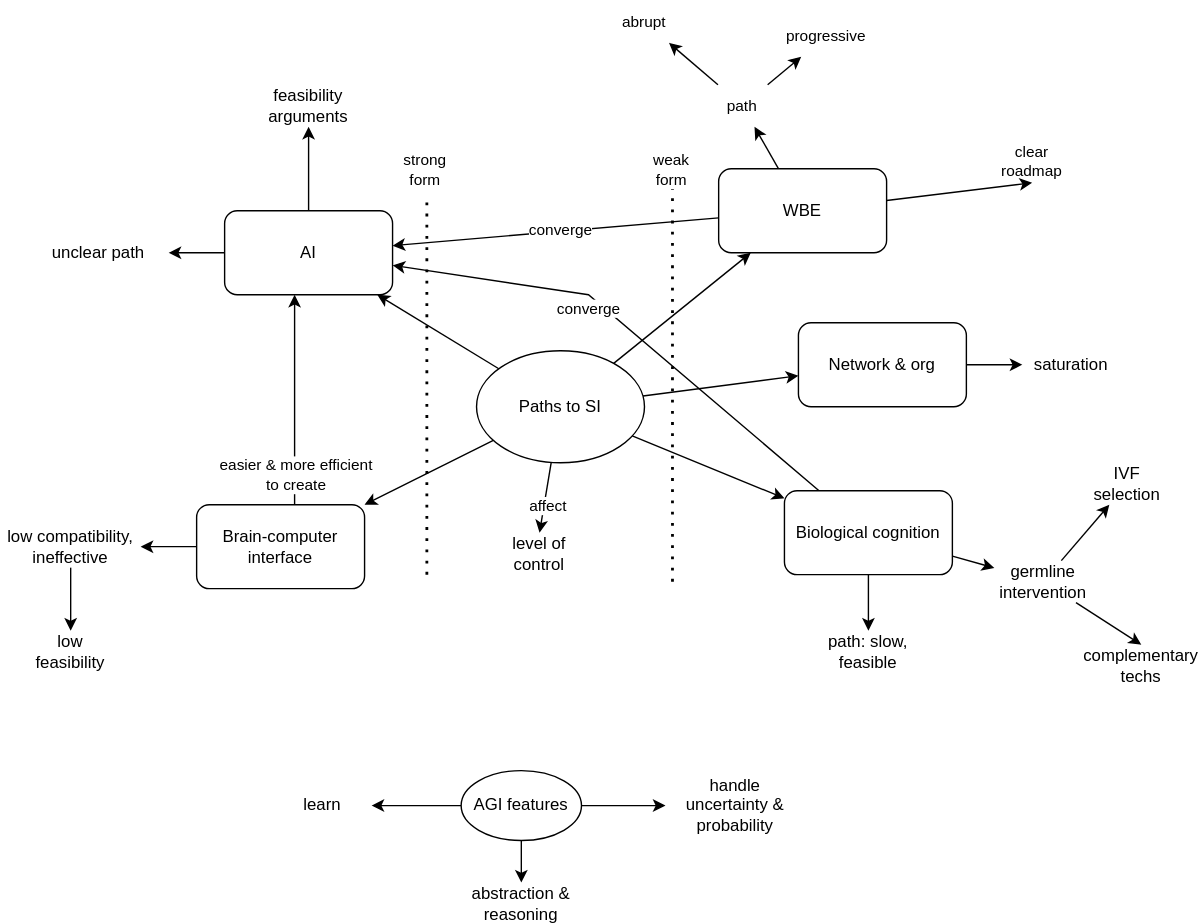
Before: philosophy/superintelligence/resources/2.drawio.svg, a diagram exported from draw.io (hungcq/knowledge-repo). Source tidied: cells renumbered, new cells last; positions are measured from the earlier drawing's top-left corner, leaving out a move shared by most shapes. The source it was exported from:
```xml
<mxGraphModel>
  <root>
    <mxCell id="0" />
    <mxCell id="1" parent="0" />
    <mxCell id="2" style="rounded=0;jettySize=auto;html=1;" parent="1" edge="1" source="9" target="26">
      <mxGeometry relative="1" as="geometry" />
    </mxCell>
    <mxCell id="3" style="rounded=0;jettySize=auto;html=1;" parent="1" edge="1" source="9" target="14">
      <mxGeometry relative="1" as="geometry" />
    </mxCell>
    <mxCell id="4" style="rounded=0;jettySize=auto;html=1;" parent="1" edge="1" source="9" target="19">
      <mxGeometry relative="1" as="geometry" />
    </mxCell>
    <mxCell id="5" style="rounded=0;jettySize=auto;html=1;" parent="1" edge="1" source="9" target="25">
      <mxGeometry relative="1" as="geometry" />
    </mxCell>
    <mxCell id="6" style="rounded=0;jettySize=auto;html=1;" parent="1" edge="1" source="9" target="23">
      <mxGeometry relative="1" as="geometry" />
    </mxCell>
    <mxCell id="7" style="rounded=0;jettySize=auto;html=1;entryX=0.5;entryY=0;entryDx=0;entryDy=0;" parent="1" edge="1" source="9" target="40">
      <mxGeometry relative="1" as="geometry" />
    </mxCell>
    <mxCell id="8" value="affect" style="edgeLabel;html=1;align=center;verticalAlign=middle;" parent="7" vertex="1">
      <mxGeometry x="0.23" y="2" relative="1" as="geometry" />
    </mxCell>
    <mxCell id="9" value="Paths to SI" style="ellipse;whiteSpace=wrap;html=1;" parent="1" vertex="1">
      <mxGeometry x="340" y="250" width="120" height="80" as="geometry" />
    </mxCell>
    <mxCell id="10" style="edgeStyle=orthogonalEdgeStyle;rounded=0;jettySize=auto;html=1;startArrow=classic;startFill=1;endArrow=none;endFill=0;" parent="1" edge="1" source="14" target="26">
      <mxGeometry relative="1" as="geometry">
        <Array as="points">
          <mxPoint x="210" y="280" />
          <mxPoint x="210" y="280" />
        </Array>
      </mxGeometry>
    </mxCell>
    <mxCell id="11" value="easier &amp;amp; more efficient&lt;br&gt;to create" style="edgeLabel;html=1;align=center;verticalAlign=middle;" parent="10" vertex="1">
      <mxGeometry x="0.02" y="1" relative="1" as="geometry">
        <mxPoint x="-1" y="52" as="offset" />
      </mxGeometry>
    </mxCell>
    <mxCell id="12" style="edgeStyle=orthogonalEdgeStyle;rounded=0;jettySize=auto;html=1;" parent="1" edge="1" source="14" target="39">
      <mxGeometry relative="1" as="geometry" />
    </mxCell>
    <mxCell id="13" style="edgeStyle=orthogonalEdgeStyle;rounded=0;jettySize=auto;html=1;" parent="1" edge="1" source="14" target="38">
      <mxGeometry relative="1" as="geometry" />
    </mxCell>
    <mxCell id="14" value="AI" style="rounded=1;whiteSpace=wrap;html=1;" parent="1" vertex="1">
      <mxGeometry x="160" y="150" width="120" height="60" as="geometry" />
    </mxCell>
    <mxCell id="15" style="edgeStyle=none;shape=connector;rounded=0;jettySize=auto;html=1;labelBackgroundColor=default;strokeColor=default;align=center;verticalAlign=middle;fontFamily=Helvetica;fontSize=11;fontColor=default;endArrow=classic;" parent="1" edge="1" source="19" target="47">
      <mxGeometry relative="1" as="geometry" />
    </mxCell>
    <mxCell id="16" style="edgeStyle=none;shape=connector;rounded=0;jettySize=auto;html=1;entryX=0.5;entryY=1;entryDx=0;entryDy=0;labelBackgroundColor=default;strokeColor=default;align=center;verticalAlign=middle;fontFamily=Helvetica;fontSize=11;fontColor=default;endArrow=classic;" parent="1" edge="1" source="19" target="50">
      <mxGeometry relative="1" as="geometry" />
    </mxCell>
    <mxCell id="17" style="edgeStyle=none;shape=connector;rounded=0;jettySize=auto;html=1;labelBackgroundColor=default;strokeColor=default;align=center;verticalAlign=middle;fontFamily=Helvetica;fontSize=11;fontColor=default;endArrow=classic;" parent="1" edge="1" source="19" target="14">
      <mxGeometry relative="1" as="geometry" />
    </mxCell>
    <mxCell id="18" value="converge" style="edgeLabel;html=1;align=center;verticalAlign=middle;fontSize=11;fontFamily=Helvetica;fontColor=default;" parent="17" vertex="1">
      <mxGeometry x="-0.02" y="-1" relative="1" as="geometry" />
    </mxCell>
    <mxCell id="19" value="WBE" style="rounded=1;whiteSpace=wrap;html=1;" parent="1" vertex="1">
      <mxGeometry x="513" y="120" width="120" height="60" as="geometry" />
    </mxCell>
    <mxCell id="20" style="edgeStyle=none;shape=connector;rounded=0;jettySize=auto;html=1;labelBackgroundColor=default;strokeColor=default;align=center;verticalAlign=middle;fontFamily=Helvetica;fontSize=11;fontColor=default;endArrow=classic;" parent="1" edge="1" source="23" target="51">
      <mxGeometry relative="1" as="geometry" />
    </mxCell>
    <mxCell id="21" style="edgeStyle=none;shape=connector;rounded=0;jettySize=auto;html=1;labelBackgroundColor=default;strokeColor=default;align=center;verticalAlign=middle;fontFamily=Helvetica;fontSize=11;fontColor=default;endArrow=classic;" parent="1" edge="1" source="23" target="54">
      <mxGeometry relative="1" as="geometry" />
    </mxCell>
    <mxCell id="22" value="converge" style="edgeStyle=none;shape=connector;rounded=0;jettySize=auto;html=1;labelBackgroundColor=default;strokeColor=default;align=center;verticalAlign=middle;fontFamily=Helvetica;fontSize=11;fontColor=default;endArrow=classic;" parent="1" edge="1" source="23" target="14">
      <mxGeometry x="0.17" y="8" relative="1" as="geometry">
        <Array as="points">
          <mxPoint x="420" y="210" />
        </Array>
      </mxGeometry>
    </mxCell>
    <mxCell id="23" value="Biological cognition" style="rounded=1;whiteSpace=wrap;html=1;" parent="1" vertex="1">
      <mxGeometry x="560" y="350" width="120" height="60" as="geometry" />
    </mxCell>
    <mxCell id="24" style="edgeStyle=none;shape=connector;rounded=0;jettySize=auto;html=1;labelBackgroundColor=default;strokeColor=default;align=center;verticalAlign=middle;fontFamily=Helvetica;fontSize=11;fontColor=default;endArrow=classic;" parent="1" edge="1" source="25" target="57">
      <mxGeometry relative="1" as="geometry" />
    </mxCell>
    <mxCell id="25" value="Network &amp;amp; org" style="rounded=1;whiteSpace=wrap;html=1;" parent="1" vertex="1">
      <mxGeometry x="570" y="230" width="120" height="60" as="geometry" />
    </mxCell>
    <mxCell id="26" value="Brain-computer interface" style="rounded=1;whiteSpace=wrap;html=1;" parent="1" vertex="1">
      <mxGeometry x="140" y="360" width="120" height="60" as="geometry" />
    </mxCell>
    <mxCell id="27" style="edgeStyle=orthogonalEdgeStyle;rounded=0;jettySize=auto;html=1;" parent="1" edge="1" source="28" target="29">
      <mxGeometry relative="1" as="geometry" />
    </mxCell>
    <mxCell id="28" value="low compatibility, ineffective" style="text;html=1;strokeColor=none;fillColor=none;align=center;verticalAlign=middle;whiteSpace=wrap;rounded=0;" parent="1" vertex="1">
      <mxGeometry y="375" width="100" height="30" as="geometry" />
    </mxCell>
    <mxCell id="29" value="low feasibility" style="text;html=1;strokeColor=none;fillColor=none;align=center;verticalAlign=middle;whiteSpace=wrap;rounded=0;" parent="1" vertex="1">
      <mxGeometry x="20" y="450" width="60" height="30" as="geometry" />
    </mxCell>
    <mxCell id="30" style="rounded=0;jettySize=auto;html=1;entryX=1;entryY=0.5;entryDx=0;entryDy=0;" parent="1" edge="1" source="26" target="28">
      <mxGeometry relative="1" as="geometry" />
    </mxCell>
    <mxCell id="31" style="rounded=0;jettySize=auto;html=1;" parent="1" edge="1" source="34" target="36">
      <mxGeometry relative="1" as="geometry" />
    </mxCell>
    <mxCell id="32" style="rounded=0;jettySize=auto;html=1;" parent="1" edge="1" source="34" target="35">
      <mxGeometry relative="1" as="geometry" />
    </mxCell>
    <mxCell id="33" style="rounded=0;jettySize=auto;html=1;" parent="1" edge="1" source="34" target="37">
      <mxGeometry relative="1" as="geometry" />
    </mxCell>
    <mxCell id="34" value="AGI features" style="ellipse;whiteSpace=wrap;html=1;" parent="1" vertex="1">
      <mxGeometry x="329" y="550" width="86" height="50" as="geometry" />
    </mxCell>
    <mxCell id="35" value="learn" style="text;html=1;strokeColor=none;fillColor=none;align=center;verticalAlign=middle;whiteSpace=wrap;rounded=0;" parent="1" vertex="1">
      <mxGeometry x="195" y="560" width="70" height="30" as="geometry" />
    </mxCell>
    <mxCell id="36" value="abstraction &amp;amp; reasoning" style="text;html=1;strokeColor=none;fillColor=none;align=center;verticalAlign=middle;whiteSpace=wrap;rounded=0;" parent="1" vertex="1">
      <mxGeometry x="322" y="630" width="100" height="30" as="geometry" />
    </mxCell>
    <mxCell id="37" value="handle uncertainty &amp;amp; probability" style="text;html=1;strokeColor=none;fillColor=none;align=center;verticalAlign=middle;whiteSpace=wrap;rounded=0;" parent="1" vertex="1">
      <mxGeometry x="475" y="555" width="100" height="40" as="geometry" />
    </mxCell>
    <mxCell id="38" value="feasibility arguments" style="text;html=1;strokeColor=none;fillColor=none;align=center;verticalAlign=middle;whiteSpace=wrap;rounded=0;" parent="1" vertex="1">
      <mxGeometry x="170" y="60" width="100" height="30" as="geometry" />
    </mxCell>
    <mxCell id="39" value="unclear path" style="text;html=1;strokeColor=none;fillColor=none;align=center;verticalAlign=middle;whiteSpace=wrap;rounded=0;" parent="1" vertex="1">
      <mxGeometry x="20" y="165" width="100" height="30" as="geometry" />
    </mxCell>
    <mxCell id="40" value="level of control" style="text;html=1;strokeColor=none;fillColor=none;align=center;verticalAlign=middle;whiteSpace=wrap;rounded=0;" parent="1" vertex="1">
      <mxGeometry x="350" y="380" width="70" height="30" as="geometry" />
    </mxCell>
    <mxCell id="41" style="endArrow=none;dashed=1;html=1;dashPattern=1 3;strokeWidth=2;rounded=0;" parent="1" edge="1">
      <mxGeometry relative="1" as="geometry">
        <mxPoint x="480" y="415" as="sourcePoint" />
        <mxPoint x="480" y="105" as="targetPoint" />
      </mxGeometry>
    </mxCell>
    <mxCell id="42" value="weak&lt;br&gt;form" style="edgeLabel;html=1;align=center;verticalAlign=middle;" parent="41" vertex="1">
      <mxGeometry x="0.17" y="2" relative="1" as="geometry">
        <mxPoint y="-114" as="offset" />
      </mxGeometry>
    </mxCell>
    <mxCell id="43" style="endArrow=none;dashed=1;html=1;dashPattern=1 3;strokeWidth=2;rounded=0;" parent="1" edge="1">
      <mxGeometry relative="1" as="geometry">
        <mxPoint x="304.5" y="410" as="sourcePoint" />
        <mxPoint x="304.5" y="140" as="targetPoint" />
      </mxGeometry>
    </mxCell>
    <mxCell id="44" value="strong&lt;br&gt;form" style="edgeLabel;html=1;align=center;verticalAlign=middle;" parent="43" vertex="1">
      <mxGeometry x="0.17" y="2" relative="1" as="geometry">
        <mxPoint y="-132" as="offset" />
      </mxGeometry>
    </mxCell>
    <mxCell id="45" style="edgeStyle=none;shape=connector;rounded=0;jettySize=auto;html=1;labelBackgroundColor=default;strokeColor=default;align=center;verticalAlign=middle;fontFamily=Helvetica;fontSize=11;fontColor=default;endArrow=classic;" parent="1" edge="1" source="47" target="48">
      <mxGeometry relative="1" as="geometry" />
    </mxCell>
    <mxCell id="46" style="edgeStyle=none;shape=connector;rounded=0;jettySize=auto;html=1;labelBackgroundColor=default;strokeColor=default;align=center;verticalAlign=middle;fontFamily=Helvetica;fontSize=11;fontColor=default;endArrow=classic;" parent="1" edge="1" source="47" target="49">
      <mxGeometry relative="1" as="geometry" />
    </mxCell>
    <mxCell id="47" value="path" style="text;html=1;strokeColor=none;fillColor=none;align=center;verticalAlign=middle;whiteSpace=wrap;rounded=0;fontSize=11;fontFamily=Helvetica;fontColor=default;" parent="1" vertex="1">
      <mxGeometry x="497" y="60" width="66" height="30" as="geometry" />
    </mxCell>
    <mxCell id="48" value="abrupt" style="text;html=1;strokeColor=none;fillColor=none;align=center;verticalAlign=middle;whiteSpace=wrap;rounded=0;fontSize=11;fontFamily=Helvetica;fontColor=default;" parent="1" vertex="1">
      <mxGeometry x="430" width="60" height="30" as="geometry" />
    </mxCell>
    <mxCell id="49" value="progressive" style="text;html=1;strokeColor=none;fillColor=none;align=center;verticalAlign=middle;whiteSpace=wrap;rounded=0;fontSize=11;fontFamily=Helvetica;fontColor=default;" parent="1" vertex="1">
      <mxGeometry x="560" y="10" width="60" height="30" as="geometry" />
    </mxCell>
    <mxCell id="50" value="clear roadmap" style="text;html=1;strokeColor=none;fillColor=none;align=center;verticalAlign=middle;whiteSpace=wrap;rounded=0;fontSize=11;fontFamily=Helvetica;fontColor=default;" parent="1" vertex="1">
      <mxGeometry x="704" y="100" width="66" height="30" as="geometry" />
    </mxCell>
    <mxCell id="51" value="path: slow, feasible" style="text;html=1;strokeColor=none;fillColor=none;align=center;verticalAlign=middle;whiteSpace=wrap;rounded=0;" parent="1" vertex="1">
      <mxGeometry x="585" y="450" width="70" height="30" as="geometry" />
    </mxCell>
    <mxCell id="52" style="edgeStyle=none;shape=connector;rounded=0;jettySize=auto;html=1;entryX=0.5;entryY=0;entryDx=0;entryDy=0;labelBackgroundColor=default;strokeColor=default;align=center;verticalAlign=middle;fontFamily=Helvetica;fontSize=11;fontColor=default;endArrow=classic;" parent="1" edge="1" source="54" target="56">
      <mxGeometry relative="1" as="geometry" />
    </mxCell>
    <mxCell id="53" style="edgeStyle=none;shape=connector;rounded=0;jettySize=auto;html=1;labelBackgroundColor=default;strokeColor=default;align=center;verticalAlign=middle;fontFamily=Helvetica;fontSize=11;fontColor=default;endArrow=classic;" parent="1" edge="1" source="54" target="55">
      <mxGeometry relative="1" as="geometry" />
    </mxCell>
    <mxCell id="54" value="germline intervention" style="text;html=1;strokeColor=none;fillColor=none;align=center;verticalAlign=middle;whiteSpace=wrap;rounded=0;" parent="1" vertex="1">
      <mxGeometry x="710" y="400" width="70" height="30" as="geometry" />
    </mxCell>
    <mxCell id="55" value="IVF selection" style="text;html=1;strokeColor=none;fillColor=none;align=center;verticalAlign=middle;whiteSpace=wrap;rounded=0;" parent="1" vertex="1">
      <mxGeometry x="770" y="330" width="70" height="30" as="geometry" />
    </mxCell>
    <mxCell id="56" value="complementary techs" style="text;html=1;strokeColor=none;fillColor=none;align=center;verticalAlign=middle;whiteSpace=wrap;rounded=0;" parent="1" vertex="1">
      <mxGeometry x="780" y="460" width="70" height="30" as="geometry" />
    </mxCell>
    <mxCell id="57" value="saturation" style="text;html=1;strokeColor=none;fillColor=none;align=center;verticalAlign=middle;whiteSpace=wrap;rounded=0;" parent="1" vertex="1">
      <mxGeometry x="730" y="245" width="70" height="30" as="geometry" />
    </mxCell>
  </root>
</mxGraphModel>
```
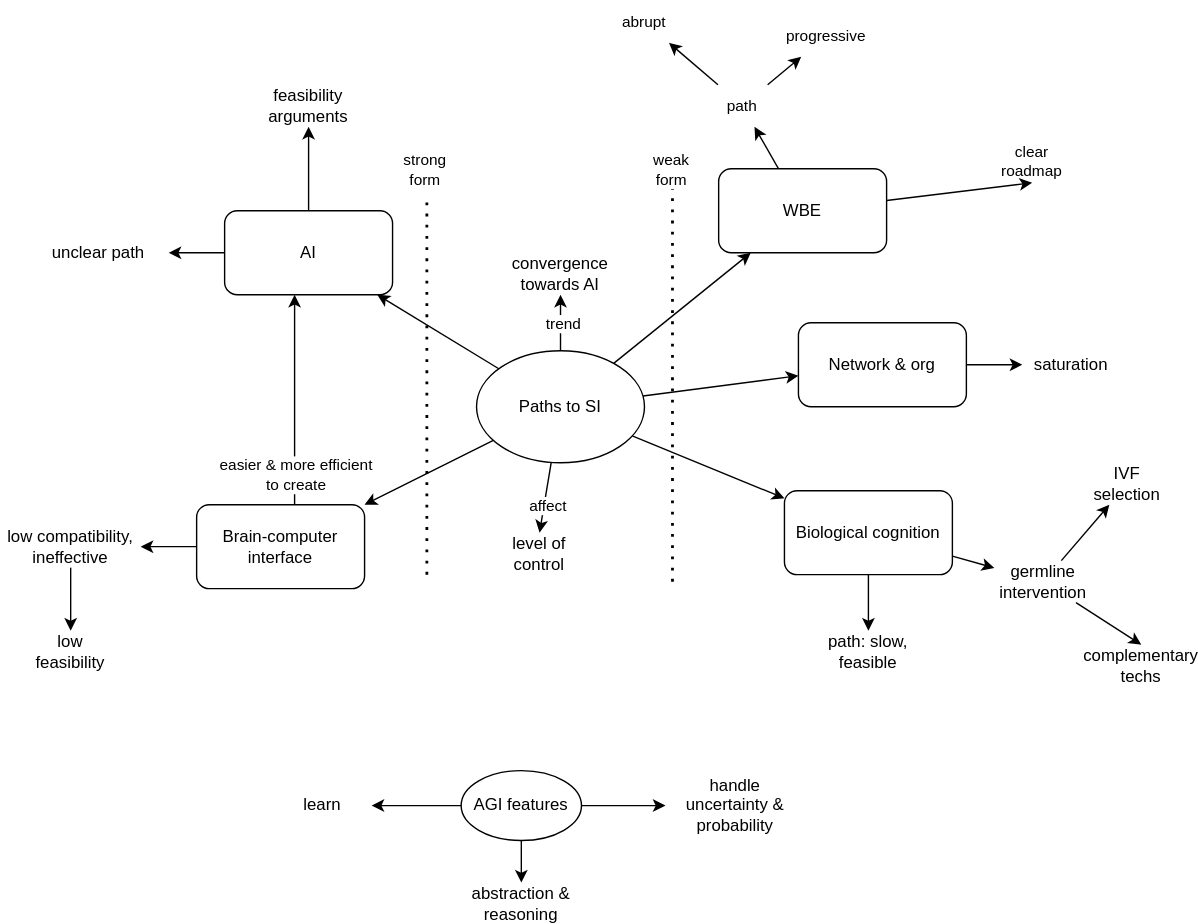
After the commit.

The edit, as a diff of the source:
```diff
@@ -23,6 +23,12 @@
     <mxCell id="8" value="affect" style="edgeLabel;html=1;align=center;verticalAlign=middle;" parent="7" vertex="1">
       <mxGeometry x="0.23" y="2" relative="1" as="geometry" />
     </mxCell>
+    <mxCell id="58" style="edgeStyle=none;shape=connector;rounded=0;jettySize=auto;html=1;labelBackgroundColor=default;strokeColor=default;align=center;verticalAlign=middle;fontFamily=Helvetica;fontSize=11;fontColor=default;endArrow=classic;" parent="1" edge="1" source="9" target="60">
+      <mxGeometry relative="1" as="geometry" />
+    </mxCell>
+    <mxCell id="59" value="trend" style="edgeLabel;html=1;align=center;verticalAlign=middle;fontSize=11;fontFamily=Helvetica;fontColor=default;" parent="58" vertex="1">
+      <mxGeometry y="-1" relative="1" as="geometry" />
+    </mxCell>
     <mxCell id="9" value="Paths to SI" style="ellipse;whiteSpace=wrap;html=1;" parent="1" vertex="1">
       <mxGeometry x="340" y="250" width="120" height="80" as="geometry" />
     </mxCell>
@@ -54,12 +60,6 @@
     <mxCell id="16" style="edgeStyle=none;shape=connector;rounded=0;jettySize=auto;html=1;entryX=0.5;entryY=1;entryDx=0;entryDy=0;labelBackgroundColor=default;strokeColor=default;align=center;verticalAlign=middle;fontFamily=Helvetica;fontSize=11;fontColor=default;endArrow=classic;" parent="1" edge="1" source="19" target="50">
       <mxGeometry relative="1" as="geometry" />
     </mxCell>
-    <mxCell id="17" style="edgeStyle=none;shape=connector;rounded=0;jettySize=auto;html=1;labelBackgroundColor=default;strokeColor=default;align=center;verticalAlign=middle;fontFamily=Helvetica;fontSize=11;fontColor=default;endArrow=classic;" parent="1" edge="1" source="19" target="14">
-      <mxGeometry relative="1" as="geometry" />
-    </mxCell>
-    <mxCell id="18" value="converge" style="edgeLabel;html=1;align=center;verticalAlign=middle;fontSize=11;fontFamily=Helvetica;fontColor=default;" parent="17" vertex="1">
-      <mxGeometry x="-0.02" y="-1" relative="1" as="geometry" />
-    </mxCell>
     <mxCell id="19" value="WBE" style="rounded=1;whiteSpace=wrap;html=1;" parent="1" vertex="1">
       <mxGeometry x="513" y="120" width="120" height="60" as="geometry" />
     </mxCell>
@@ -69,13 +69,6 @@
     <mxCell id="21" style="edgeStyle=none;shape=connector;rounded=0;jettySize=auto;html=1;labelBackgroundColor=default;strokeColor=default;align=center;verticalAlign=middle;fontFamily=Helvetica;fontSize=11;fontColor=default;endArrow=classic;" parent="1" edge="1" source="23" target="54">
       <mxGeometry relative="1" as="geometry" />
     </mxCell>
-    <mxCell id="22" value="converge" style="edgeStyle=none;shape=connector;rounded=0;jettySize=auto;html=1;labelBackgroundColor=default;strokeColor=default;align=center;verticalAlign=middle;fontFamily=Helvetica;fontSize=11;fontColor=default;endArrow=classic;" parent="1" edge="1" source="23" target="14">
-      <mxGeometry x="0.17" y="8" relative="1" as="geometry">
-        <Array as="points">
-          <mxPoint x="420" y="210" />
-        </Array>
-      </mxGeometry>
-    </mxCell>
     <mxCell id="23" value="Biological cognition" style="rounded=1;whiteSpace=wrap;html=1;" parent="1" vertex="1">
       <mxGeometry x="560" y="350" width="120" height="60" as="geometry" />
     </mxCell>
@@ -191,5 +184,8 @@
     <mxCell id="57" value="saturation" style="text;html=1;strokeColor=none;fillColor=none;align=center;verticalAlign=middle;whiteSpace=wrap;rounded=0;" parent="1" vertex="1">
       <mxGeometry x="730" y="245" width="70" height="30" as="geometry" />
     </mxCell>
+    <mxCell id="60" value="convergence towards AI" style="text;html=1;strokeColor=none;fillColor=none;align=center;verticalAlign=middle;whiteSpace=wrap;rounded=0;" parent="1" vertex="1">
+      <mxGeometry x="365" y="180" width="70" height="30" as="geometry" />
+    </mxCell>
   </root>
 </mxGraphModel>
```
